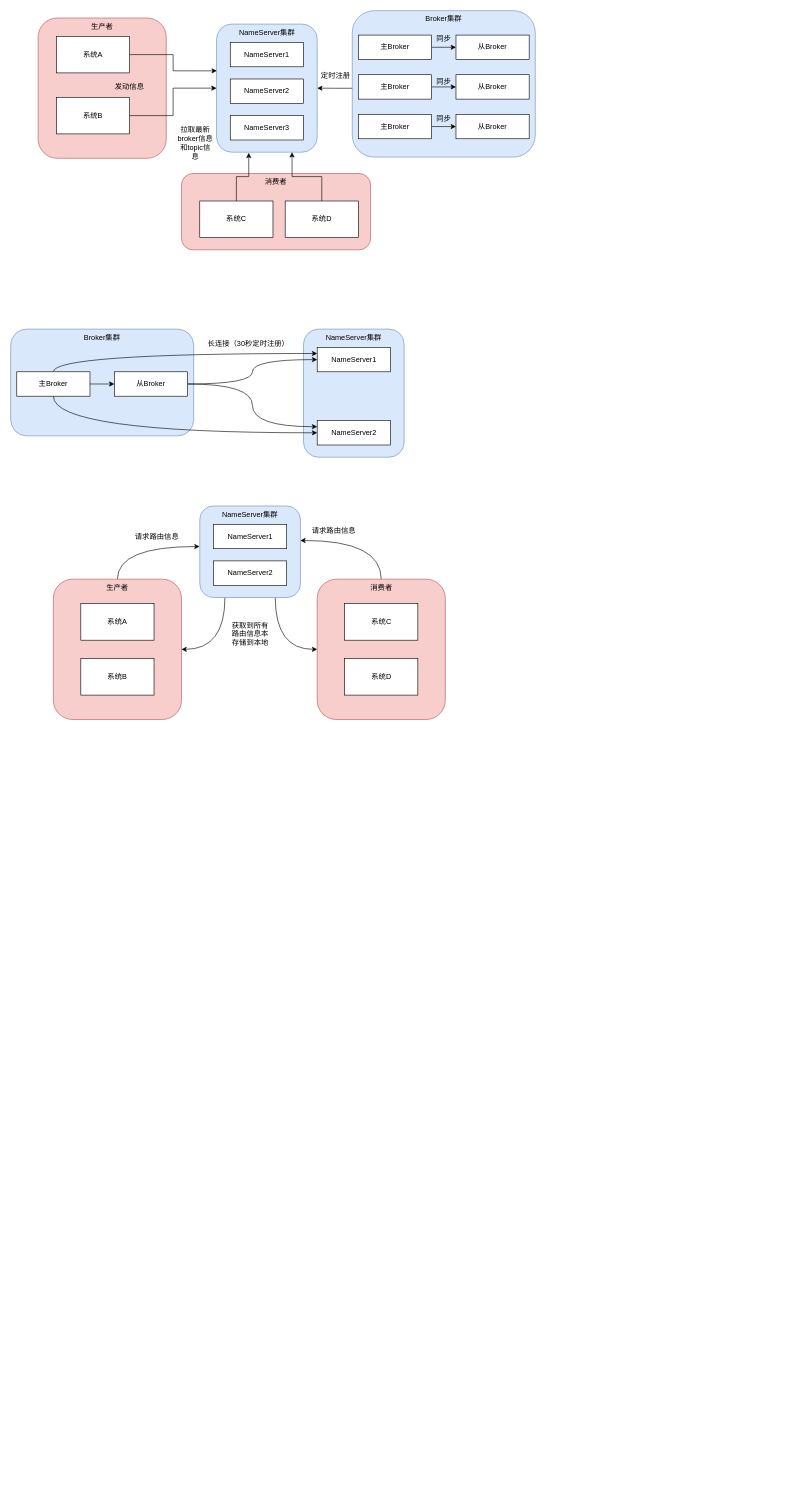
txz1006/txz1006.github.io keeps this draw.io diagram as page "第 1 页" (1 of 5) of z-其他资源/MQ.drawio. Above is the earlier version. Source tidied: cells renumbered, new cells numbered last; positions are measured from the earlier drawing's top-left corner, leaving out a move shared by most shapes. Both pictures are drawn from the tidied source at 61%, with x=0, y=0 at pixel (10, 10).
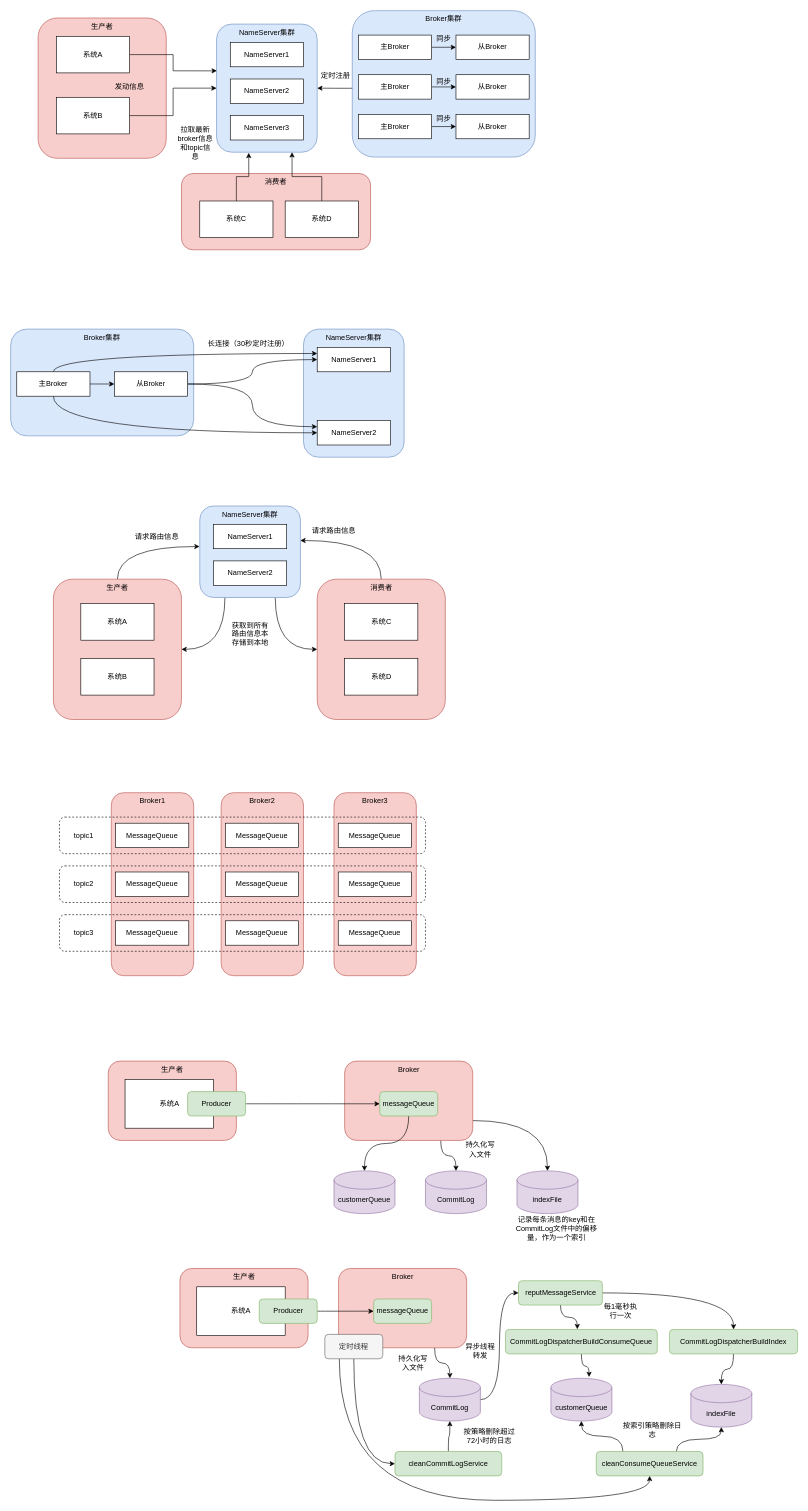
After the change.

Diff of the diagram source:
```diff
@@
+    <mxCell id="61" style="edgeStyle=orthogonalEdgeStyle;curved=1;rounded=0;jettySize=auto;html=1;exitX=0.75;exitY=1;exitDx=0;exitDy=0;entryX=0.5;entryY=0;entryDx=0;entryDy=0;entryPerimeter=0;" parent="1" edge="1" source="63" target="89">
+      <mxGeometry relative="1" as="geometry" />
+    </mxCell>
+    <mxCell id="62" style="edgeStyle=orthogonalEdgeStyle;curved=1;rounded=0;jettySize=auto;html=1;exitX=1;exitY=0.75;exitDx=0;exitDy=0;entryX=0.5;entryY=0;entryDx=0;entryDy=0;entryPerimeter=0;" parent="1" edge="1" source="63" target="90">
+      <mxGeometry relative="1" as="geometry" />
+    </mxCell>
+    <mxCell id="63" value="Broker" style="rounded=1;whiteSpace=wrap;html=1;verticalAlign=top;fillColor=#f8cecc;strokeColor=#b85450;" parent="1" vertex="1">
+      <mxGeometry x="547.5" y="1722" width="210" height="130" as="geometry" />
+    </mxCell>
@@
+    <mxCell id="64" value="Broker1" style="rounded=1;whiteSpace=wrap;html=1;verticalAlign=top;fillColor=#f8cecc;strokeColor=#b85450;" parent="1" vertex="1">
+      <mxGeometry x="165" y="1282" width="135" height="300" as="geometry" />
+    </mxCell>
+    <mxCell id="65" value="Broker2" style="rounded=1;whiteSpace=wrap;html=1;verticalAlign=top;fillColor=#f8cecc;strokeColor=#b85450;" parent="1" vertex="1">
+      <mxGeometry x="345" y="1282" width="135" height="300" as="geometry" />
+    </mxCell>
+    <mxCell id="66" value="Broker3" style="rounded=1;whiteSpace=wrap;html=1;verticalAlign=top;fillColor=#f8cecc;strokeColor=#b85450;" parent="1" vertex="1">
+      <mxGeometry x="530" y="1282" width="135" height="300" as="geometry" />
+    </mxCell>
+    <mxCell id="67" value="MessageQueue" style="rounded=0;whiteSpace=wrap;html=1;" parent="1" vertex="1">
+      <mxGeometry x="172" y="1332" width="120" height="40" as="geometry" />
+    </mxCell>
+    <mxCell id="68" value="MessageQueue" style="rounded=0;whiteSpace=wrap;html=1;" parent="1" vertex="1">
+      <mxGeometry x="352" y="1332" width="120" height="40" as="geometry" />
+    </mxCell>
+    <mxCell id="69" value="MessageQueue" style="rounded=0;whiteSpace=wrap;html=1;" parent="1" vertex="1">
+      <mxGeometry x="537" y="1332" width="120" height="40" as="geometry" />
+    </mxCell>
+    <mxCell id="70" value="MessageQueue" style="rounded=0;whiteSpace=wrap;html=1;" parent="1" vertex="1">
+      <mxGeometry x="172" y="1412" width="120" height="40" as="geometry" />
+    </mxCell>
+    <mxCell id="71" value="MessageQueue" style="rounded=0;whiteSpace=wrap;html=1;" parent="1" vertex="1">
+      <mxGeometry x="352" y="1412" width="120" height="40" as="geometry" />
+    </mxCell>
+    <mxCell id="72" value="MessageQueue" style="rounded=0;whiteSpace=wrap;html=1;" parent="1" vertex="1">
+      <mxGeometry x="537" y="1412" width="120" height="40" as="geometry" />
+    </mxCell>
+    <mxCell id="73" value="MessageQueue" style="rounded=0;whiteSpace=wrap;html=1;" parent="1" vertex="1">
+      <mxGeometry x="172" y="1492" width="120" height="40" as="geometry" />
+    </mxCell>
+    <mxCell id="74" value="MessageQueue" style="rounded=0;whiteSpace=wrap;html=1;" parent="1" vertex="1">
+      <mxGeometry x="352" y="1492" width="120" height="40" as="geometry" />
+    </mxCell>
+    <mxCell id="75" value="MessageQueue" style="rounded=0;whiteSpace=wrap;html=1;" parent="1" vertex="1">
+      <mxGeometry x="537" y="1492" width="120" height="40" as="geometry" />
+    </mxCell>
+    <mxCell id="76" style="rounded=1;whiteSpace=wrap;html=1;dashed=1;fillColor=none;" parent="1" vertex="1">
+      <mxGeometry x="80" y="1322" width="600" height="60" as="geometry" />
+    </mxCell>
+    <mxCell id="77" style="rounded=1;whiteSpace=wrap;html=1;dashed=1;fillColor=none;" parent="1" vertex="1">
+      <mxGeometry x="80" y="1402" width="600" height="60" as="geometry" />
+    </mxCell>
+    <mxCell id="78" style="rounded=1;whiteSpace=wrap;html=1;dashed=1;fillColor=none;" parent="1" vertex="1">
+      <mxGeometry x="80" y="1482" width="600" height="60" as="geometry" />
+    </mxCell>
+    <mxCell id="79" value="topic3" style="text;html=1;strokeColor=none;fillColor=none;align=center;verticalAlign=middle;whiteSpace=wrap;rounded=0;dashed=1;" parent="1" vertex="1">
+      <mxGeometry x="90" y="1497" width="60" height="30" as="geometry" />
+    </mxCell>
+    <mxCell id="80" value="topic1" style="text;html=1;strokeColor=none;fillColor=none;align=center;verticalAlign=middle;whiteSpace=wrap;rounded=0;dashed=1;" parent="1" vertex="1">
+      <mxGeometry x="90" y="1337" width="60" height="30" as="geometry" />
+    </mxCell>
+    <mxCell id="81" value="topic2" style="text;html=1;strokeColor=none;fillColor=none;align=center;verticalAlign=middle;whiteSpace=wrap;rounded=0;dashed=1;" parent="1" vertex="1">
+      <mxGeometry x="90" y="1417" width="60" height="30" as="geometry" />
+    </mxCell>
+    <mxCell id="82" value="生产者" style="rounded=1;whiteSpace=wrap;html=1;verticalAlign=top;fillColor=#f8cecc;strokeColor=#b85450;" parent="1" vertex="1">
+      <mxGeometry x="160" y="1722" width="210" height="130" as="geometry" />
+    </mxCell>
+    <mxCell id="83" value="系统A" style="rounded=0;whiteSpace=wrap;html=1;" parent="1" vertex="1">
+      <mxGeometry x="187.5" y="1752" width="145" height="80" as="geometry" />
+    </mxCell>
+    <mxCell id="84" style="edgeStyle=orthogonalEdgeStyle;curved=1;rounded=0;jettySize=auto;html=1;exitX=1;exitY=0.5;exitDx=0;exitDy=0;entryX=0;entryY=0.5;entryDx=0;entryDy=0;" parent="1" edge="1" source="85" target="87">
+      <mxGeometry relative="1" as="geometry" />
+    </mxCell>
+    <mxCell id="85" value="Producer" style="rounded=1;whiteSpace=wrap;html=1;fillColor=#d5e8d4;strokeColor=#82b366;" parent="1" vertex="1">
+      <mxGeometry x="290" y="1772" width="95" height="40" as="geometry" />
+    </mxCell>
+    <mxCell id="86" style="edgeStyle=orthogonalEdgeStyle;curved=1;rounded=0;jettySize=auto;html=1;exitX=0.5;exitY=1;exitDx=0;exitDy=0;entryX=0.5;entryY=0;entryDx=0;entryDy=0;entryPerimeter=0;" parent="1" edge="1" source="87" target="88">
+      <mxGeometry relative="1" as="geometry" />
+    </mxCell>
+    <mxCell id="87" value="messageQueue" style="rounded=1;whiteSpace=wrap;html=1;fillColor=#d5e8d4;strokeColor=#82b366;" parent="1" vertex="1">
+      <mxGeometry x="605" y="1772" width="95" height="40" as="geometry" />
+    </mxCell>
+    <mxCell id="88" value="customerQueue" style="shape=cylinder3;whiteSpace=wrap;html=1;boundedLbl=1;backgroundOutline=1;size=15;fillColor=#e1d5e7;strokeColor=#9673a6;" parent="1" vertex="1">
+      <mxGeometry x="530" y="1902" width="100" height="70" as="geometry" />
+    </mxCell>
+    <mxCell id="89" value="CommitLog" style="shape=cylinder3;whiteSpace=wrap;html=1;boundedLbl=1;backgroundOutline=1;size=15;fillColor=#e1d5e7;strokeColor=#9673a6;" parent="1" vertex="1">
+      <mxGeometry x="680" y="1902" width="100" height="70" as="geometry" />
+    </mxCell>
+    <mxCell id="90" value="indexFile" style="shape=cylinder3;whiteSpace=wrap;html=1;boundedLbl=1;backgroundOutline=1;size=15;fillColor=#e1d5e7;strokeColor=#9673a6;" parent="1" vertex="1">
+      <mxGeometry x="830" y="1902" width="100" height="70" as="geometry" />
+    </mxCell>
+    <mxCell id="91" value="持久化写入文件" style="text;html=1;strokeColor=none;fillColor=none;align=center;verticalAlign=middle;whiteSpace=wrap;rounded=0;" parent="1" vertex="1">
+      <mxGeometry x="740" y="1852" width="60" height="30" as="geometry" />
+    </mxCell>
+    <mxCell id="92" value="记录每条消息的key和在CommitLog文件中的偏移量，作为一个索引" style="text;html=1;strokeColor=none;fillColor=none;align=center;verticalAlign=middle;whiteSpace=wrap;rounded=0;" parent="1" vertex="1">
+      <mxGeometry x="820" y="1982" width="150" height="30" as="geometry" />
+    </mxCell>
+    <mxCell id="93" style="edgeStyle=orthogonalEdgeStyle;curved=1;rounded=0;jettySize=auto;html=1;exitX=0.75;exitY=1;exitDx=0;exitDy=0;entryX=0.5;entryY=0;entryDx=0;entryDy=0;entryPerimeter=0;" parent="1" edge="1" source="94" target="102">
+      <mxGeometry relative="1" as="geometry" />
+    </mxCell>
+    <mxCell id="94" value="Broker" style="rounded=1;whiteSpace=wrap;html=1;verticalAlign=top;fillColor=#f8cecc;strokeColor=#b85450;" parent="1" vertex="1">
+      <mxGeometry x="537.5" y="2062" width="210" height="130" as="geometry" />
+    </mxCell>
+    <mxCell id="95" value="生产者" style="rounded=1;whiteSpace=wrap;html=1;verticalAlign=top;fillColor=#f8cecc;strokeColor=#b85450;" parent="1" vertex="1">
+      <mxGeometry x="277.5" y="2062" width="210" height="130" as="geometry" />
+    </mxCell>
+    <mxCell id="96" value="系统A" style="rounded=0;whiteSpace=wrap;html=1;" parent="1" vertex="1">
+      <mxGeometry x="305" y="2092" width="145" height="80" as="geometry" />
+    </mxCell>
+    <mxCell id="97" style="edgeStyle=orthogonalEdgeStyle;curved=1;rounded=0;jettySize=auto;html=1;exitX=1;exitY=0.5;exitDx=0;exitDy=0;entryX=0;entryY=0.5;entryDx=0;entryDy=0;" parent="1" edge="1" source="98" target="99">
+      <mxGeometry relative="1" as="geometry" />
+    </mxCell>
+    <mxCell id="98" value="Producer" style="rounded=1;whiteSpace=wrap;html=1;fillColor=#d5e8d4;strokeColor=#82b366;" parent="1" vertex="1">
+      <mxGeometry x="407.5" y="2112" width="95" height="40" as="geometry" />
+    </mxCell>
+    <mxCell id="99" value="messageQueue" style="rounded=1;whiteSpace=wrap;html=1;fillColor=#d5e8d4;strokeColor=#82b366;" parent="1" vertex="1">
+      <mxGeometry x="595" y="2112" width="95" height="40" as="geometry" />
+    </mxCell>
+    <mxCell id="100" value="customerQueue" style="shape=cylinder3;whiteSpace=wrap;html=1;boundedLbl=1;backgroundOutline=1;size=15;fillColor=#e1d5e7;strokeColor=#9673a6;" parent="1" vertex="1">
+      <mxGeometry x="885.6" y="2242" width="100" height="70" as="geometry" />
+    </mxCell>
+    <mxCell id="101" style="edgeStyle=orthogonalEdgeStyle;rounded=0;jettySize=auto;html=1;exitX=1;exitY=0.5;exitDx=0;exitDy=0;exitPerimeter=0;entryX=0;entryY=0.5;entryDx=0;entryDy=0;curved=1;" parent="1" edge="1" source="102" target="107">
+      <mxGeometry relative="1" as="geometry" />
+    </mxCell>
+    <mxCell id="102" value="CommitLog" style="shape=cylinder3;whiteSpace=wrap;html=1;boundedLbl=1;backgroundOutline=1;size=15;fillColor=#e1d5e7;strokeColor=#9673a6;" parent="1" vertex="1">
+      <mxGeometry x="670" y="2242" width="100" height="70" as="geometry" />
+    </mxCell>
+    <mxCell id="103" value="indexFile" style="shape=cylinder3;whiteSpace=wrap;html=1;boundedLbl=1;backgroundOutline=1;size=15;fillColor=#e1d5e7;strokeColor=#9673a6;" parent="1" vertex="1">
+      <mxGeometry x="1115" y="2252" width="100" height="70" as="geometry" />
+    </mxCell>
+    <mxCell id="104" value="持久化写入文件" style="text;html=1;strokeColor=none;fillColor=none;align=center;verticalAlign=middle;whiteSpace=wrap;rounded=0;" parent="1" vertex="1">
+      <mxGeometry x="630" y="2202" width="60" height="30" as="geometry" />
+    </mxCell>
+    <mxCell id="105" style="edgeStyle=orthogonalEdgeStyle;rounded=0;jettySize=auto;html=1;exitX=0.5;exitY=1;exitDx=0;exitDy=0;entryX=0.473;entryY=-0.01;entryDx=0;entryDy=0;entryPerimeter=0;curved=1;" parent="1" edge="1" source="107" target="111">
+      <mxGeometry relative="1" as="geometry" />
+    </mxCell>
+    <mxCell id="106" style="edgeStyle=orthogonalEdgeStyle;curved=1;rounded=0;jettySize=auto;html=1;exitX=1;exitY=0.5;exitDx=0;exitDy=0;" parent="1" edge="1" source="107" target="109">
+      <mxGeometry relative="1" as="geometry" />
+    </mxCell>
+    <mxCell id="107" value="reputMessageService" style="rounded=1;whiteSpace=wrap;html=1;fillColor=#d5e8d4;strokeColor=#82b366;" parent="1" vertex="1">
+      <mxGeometry x="832.5" y="2082" width="137.5" height="40" as="geometry" />
+    </mxCell>
+    <mxCell id="108" style="edgeStyle=orthogonalEdgeStyle;curved=1;rounded=0;jettySize=auto;html=1;exitX=0.5;exitY=1;exitDx=0;exitDy=0;" parent="1" edge="1" source="109" target="103">
+      <mxGeometry relative="1" as="geometry" />
+    </mxCell>
+    <mxCell id="109" value="CommitLogDispatcherBuildIndex" style="rounded=1;whiteSpace=wrap;html=1;fillColor=#d5e8d4;strokeColor=#82b366;" parent="1" vertex="1">
+      <mxGeometry x="1080" y="2162" width="210" height="40" as="geometry" />
+    </mxCell>
+    <mxCell id="110" style="edgeStyle=orthogonalEdgeStyle;rounded=0;jettySize=auto;html=1;exitX=0.5;exitY=1;exitDx=0;exitDy=0;entryX=0.626;entryY=-0.029;entryDx=0;entryDy=0;entryPerimeter=0;curved=1;" parent="1" edge="1" source="111" target="100">
+      <mxGeometry relative="1" as="geometry" />
+    </mxCell>
+    <mxCell id="111" value="CommitLogDispatcherBuildConsumeQueue" style="rounded=1;whiteSpace=wrap;html=1;fillColor=#d5e8d4;strokeColor=#82b366;" parent="1" vertex="1">
+      <mxGeometry x="811.2" y="2162" width="248.8" height="40" as="geometry" />
+    </mxCell>
+    <mxCell id="112" value="异步线程转发" style="text;html=1;strokeColor=none;fillColor=none;align=center;verticalAlign=middle;whiteSpace=wrap;rounded=0;" parent="1" vertex="1">
+      <mxGeometry x="740" y="2182" width="60" height="30" as="geometry" />
+    </mxCell>
+    <mxCell id="113" value="每1毫秒执行一次" style="text;html=1;strokeColor=none;fillColor=none;align=center;verticalAlign=middle;whiteSpace=wrap;rounded=0;" parent="1" vertex="1">
+      <mxGeometry x="970" y="2117" width="60" height="30" as="geometry" />
+    </mxCell>
+    <mxCell id="114" style="edgeStyle=orthogonalEdgeStyle;curved=1;rounded=0;jettySize=auto;html=1;exitX=0.5;exitY=1;exitDx=0;exitDy=0;entryX=0;entryY=0.5;entryDx=0;entryDy=0;" parent="1" edge="1" source="116" target="118">
+      <mxGeometry relative="1" as="geometry" />
+    </mxCell>
+    <mxCell id="115" style="edgeStyle=orthogonalEdgeStyle;curved=1;rounded=0;jettySize=auto;html=1;exitX=0.25;exitY=1;exitDx=0;exitDy=0;entryX=0.5;entryY=1;entryDx=0;entryDy=0;" parent="1" edge="1" source="116" target="122">
+      <mxGeometry relative="1" as="geometry">
+        <Array as="points">
+          <mxPoint x="539" y="2442" />
+          <mxPoint x="1048" y="2442" />
+        </Array>
+      </mxGeometry>
+    </mxCell>
+    <mxCell id="116" value="定时线程" style="rounded=1;whiteSpace=wrap;html=1;fillColor=#f5f5f5;strokeColor=#666666;fontColor=#333333;" parent="1" vertex="1">
+      <mxGeometry x="515" y="2170" width="95" height="40" as="geometry" />
+    </mxCell>
+    <mxCell id="117" style="edgeStyle=orthogonalEdgeStyle;curved=1;rounded=0;jettySize=auto;html=1;exitX=0.5;exitY=0;exitDx=0;exitDy=0;entryX=0.5;entryY=1;entryDx=0;entryDy=0;entryPerimeter=0;" parent="1" edge="1" source="118" target="102">
+      <mxGeometry relative="1" as="geometry" />
+    </mxCell>
+    <mxCell id="118" value="cleanCommitLogService" style="rounded=1;whiteSpace=wrap;html=1;fillColor=#d5e8d4;strokeColor=#82b366;" parent="1" vertex="1">
+      <mxGeometry x="630" y="2362" width="175" height="40" as="geometry" />
+    </mxCell>
+    <mxCell id="119" value="按策略删除超过72小时的日志" style="text;html=1;strokeColor=none;fillColor=none;align=center;verticalAlign=middle;whiteSpace=wrap;rounded=0;" parent="1" vertex="1">
+      <mxGeometry x="740" y="2322" width="90" height="30" as="geometry" />
+    </mxCell>
+    <mxCell id="120" style="edgeStyle=orthogonalEdgeStyle;curved=1;rounded=0;jettySize=auto;html=1;exitX=0.25;exitY=0;exitDx=0;exitDy=0;entryX=0.5;entryY=1;entryDx=0;entryDy=0;entryPerimeter=0;" parent="1" edge="1" source="122" target="100">
+      <mxGeometry relative="1" as="geometry" />
+    </mxCell>
+    <mxCell id="121" style="edgeStyle=orthogonalEdgeStyle;curved=1;rounded=0;jettySize=auto;html=1;exitX=0.75;exitY=0;exitDx=0;exitDy=0;entryX=0.5;entryY=1;entryDx=0;entryDy=0;entryPerimeter=0;" parent="1" edge="1" source="122" target="103">
+      <mxGeometry relative="1" as="geometry" />
+    </mxCell>
+    <mxCell id="122" value="cleanConsumeQueueService" style="rounded=1;whiteSpace=wrap;html=1;fillColor=#d5e8d4;strokeColor=#82b366;" parent="1" vertex="1">
+      <mxGeometry x="960" y="2362" width="175" height="40" as="geometry" />
+    </mxCell>
+    <mxCell id="123" value="按索引策略删除日志" style="text;html=1;strokeColor=none;fillColor=none;align=center;verticalAlign=middle;whiteSpace=wrap;rounded=0;" parent="1" vertex="1">
+      <mxGeometry x="1002.5" y="2312" width="97.5" height="30" as="geometry" />
+    </mxCell>
```
